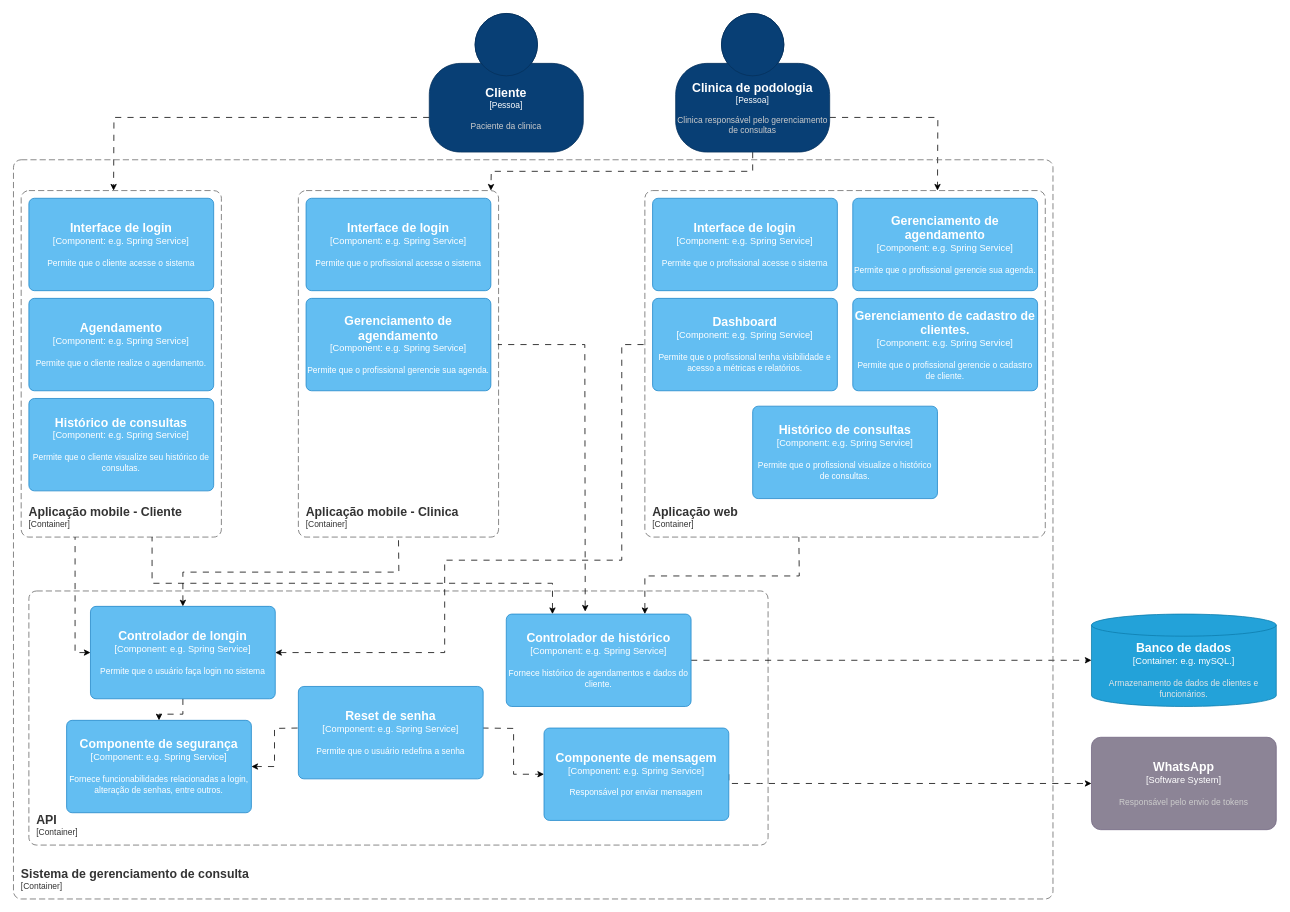
Before: page "Componentes" (3 of 3) of ModeloC4-PodoCris.drawio in JayanaCecilia/PIM-PodoCris, a draw.io diagram. Source tidied: cells renumbered, new cells numbered last; positions are measured from the earlier drawing's top-left corner, leaving out a move shared by most shapes. Both pictures are drawn from the tidied source at 77%, with x=0, y=0 at pixel (13, 13).
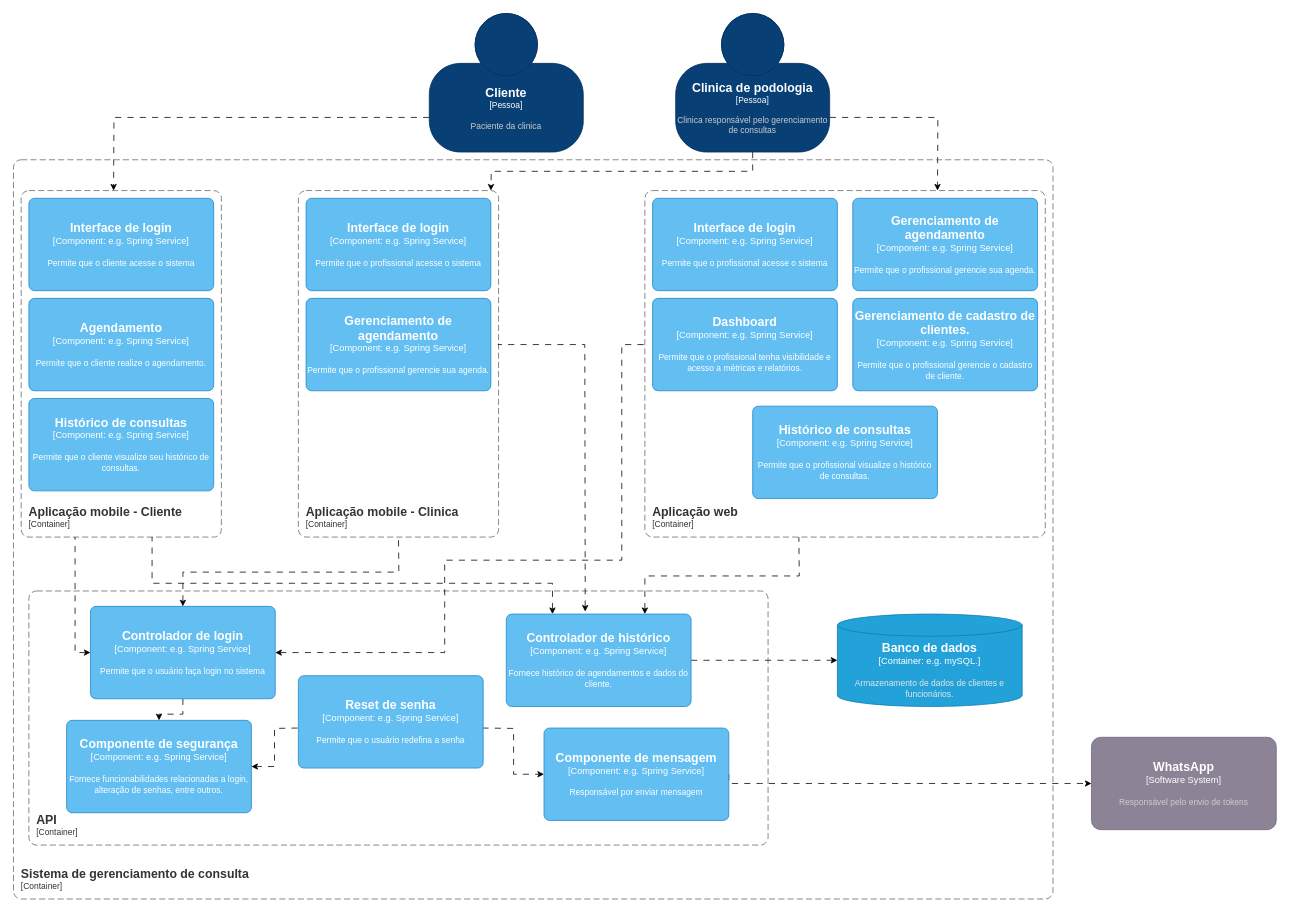
After the change.

Diff of the diagram source:
```diff
@@
     <object id="2" label="&lt;font style=&quot;font-size: 16px&quot;&gt;&lt;b&gt;%c4Type%&lt;/b&gt;&lt;/font&gt;&lt;div&gt;[%c4Container%:&amp;nbsp;%c4Technology%]&lt;/div&gt;&lt;br&gt;&lt;div&gt;&lt;font style=&quot;font-size: 11px&quot;&gt;&lt;font color=&quot;#E6E6E6&quot;&gt;%c4Description%&lt;/font&gt;&lt;/div&gt;" c4Container="Container" c4Description="Armazenamento de dados de clientes e funcionários." c4Technology="e.g. mySQL." c4Type="Banco de dados" placeholders="1">
       <mxCell style="shape=cylinder3;size=14.352941176470665;whiteSpace=wrap;html=1;boundedLbl=1;rounded=0;labelBackgroundColor=none;fillColor=#23A2D9;fontSize=12;fontColor=#ffffff;align=center;strokeColor=#0E7DAD;points=[[0.5,0,0],[1,0.25,0],[1,0.5,0],[1,0.75,0],[0.5,1,0],[0,0.75,0],[0,0.5,0],[0,0.25,0]];" parent="1" vertex="1">
-        <mxGeometry x="1400" y="780" width="240" height="120" as="geometry" />
+        <mxGeometry x="1070" y="780" width="240" height="120" as="geometry" />
       </mxCell>
     </object>
@@
-    <object id="23" label="&lt;font style=&quot;font-size: 16px&quot;&gt;&lt;b&gt;%c4Name%&lt;/b&gt;&lt;/font&gt;&lt;div&gt;[%c4Type%: %c4Technology%]&lt;/div&gt;&lt;br&gt;&lt;div&gt;&lt;font style=&quot;font-size: 11px&quot;&gt;%c4Description%&lt;/font&gt;&lt;/div&gt;" c4Description="Permite que o usuário faça login no sistema&#10;" c4Name="Controlador de longin" c4Technology="e.g. Spring Service" c4Type="Component" placeholders="1">
+    <object id="23" label="&lt;font style=&quot;font-size: 16px&quot;&gt;&lt;b&gt;%c4Name%&lt;/b&gt;&lt;/font&gt;&lt;div&gt;[%c4Type%: %c4Technology%]&lt;/div&gt;&lt;br&gt;&lt;div&gt;&lt;font style=&quot;font-size: 11px&quot;&gt;%c4Description%&lt;/font&gt;&lt;/div&gt;" c4Description="Permite que o usuário faça login no sistema&#10;" c4Name="Controlador de login" c4Technology="e.g. Spring Service" c4Type="Component" placeholders="1">
       <mxCell style="rounded=1;whiteSpace=wrap;html=1;labelBackgroundColor=none;fillColor=#63BEF2;fontColor=#ffffff;align=center;arcSize=6;strokeColor=#2086C9;points=[[0.25,0,0],[0.5,0,0],[0.75,0,0],[1,0.25,0],[1,0.5,0],[1,0.75,0],[0.75,1,0],[0.5,1,0],[0.25,1,0],[0,0.75,0],[0,0.5,0],[0,0.25,0]];" parent="1" vertex="1">
         <mxGeometry x="100" y="770" width="240" height="120" as="geometry" />
       </mxCell>
     </object>
@@
     <object id="37" label="&lt;font style=&quot;font-size: 16px&quot;&gt;&lt;b&gt;%c4Name%&lt;/b&gt;&lt;/font&gt;&lt;div&gt;[%c4Type%: %c4Technology%]&lt;/div&gt;&lt;br&gt;&lt;div&gt;&lt;font style=&quot;font-size: 11px&quot;&gt;%c4Description%&lt;/font&gt;&lt;/div&gt;" c4Description="Permite que o usuário redefina a senha" c4Name="Reset de senha" c4Technology="e.g. Spring Service" c4Type="Component" placeholders="1">
       <mxCell style="rounded=1;whiteSpace=wrap;html=1;labelBackgroundColor=none;fillColor=#63BEF2;fontColor=#ffffff;align=center;arcSize=6;strokeColor=#2086C9;" parent="1" vertex="1">
-        <mxGeometry x="370" y="874" width="240" height="120" as="geometry" />
+        <mxGeometry x="370" y="860" width="240" height="120" as="geometry" />
       </mxCell>
     </object>
```
